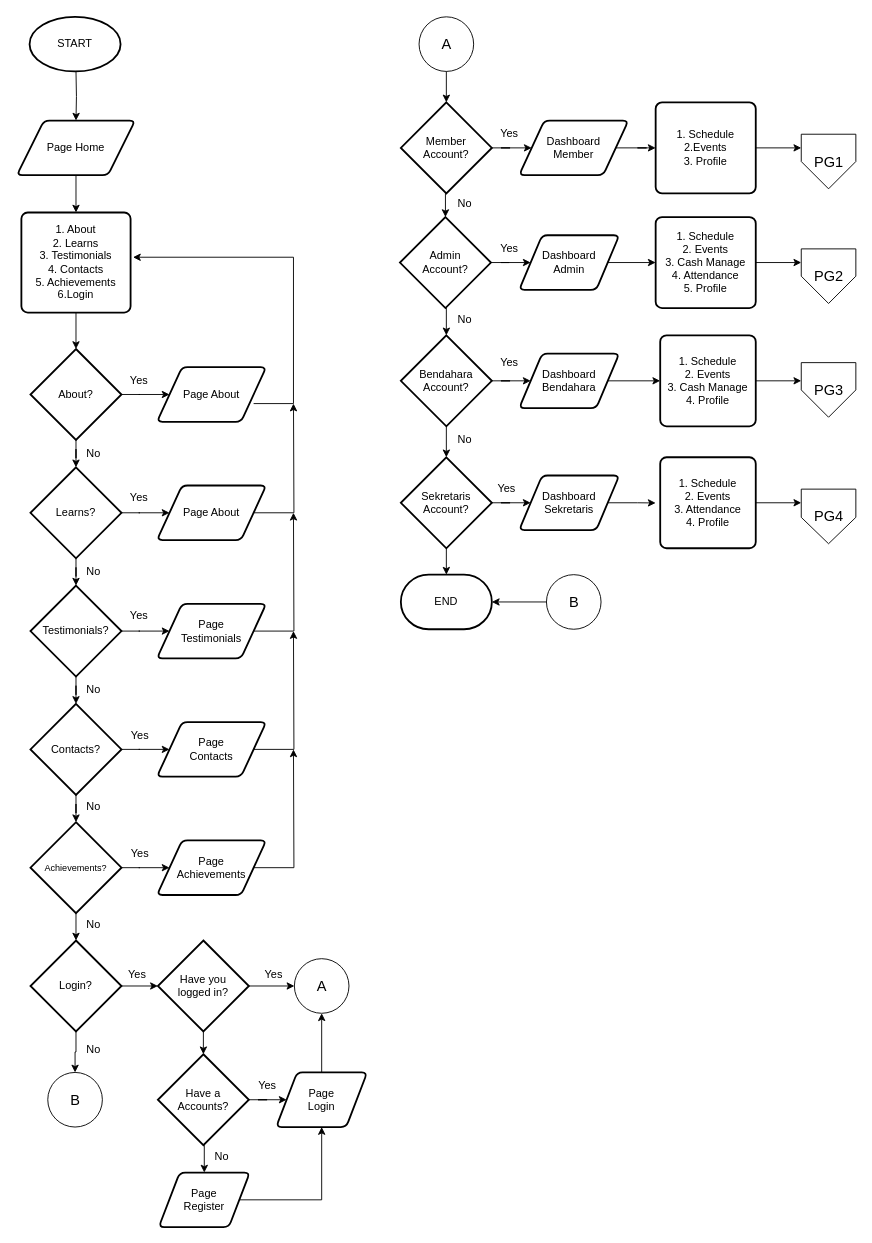
Above: Syntax-Web.drawio in dapzz-id/DrawIO (draw.io), before the change. Source tidied: cells renumbered, new cells numbered last; positions are measured from the earlier drawing's top-left corner, leaving out a move shared by most shapes. Both pictures are drawn from the tidied source at 91%, with x=0, y=0 at pixel (16, 16).
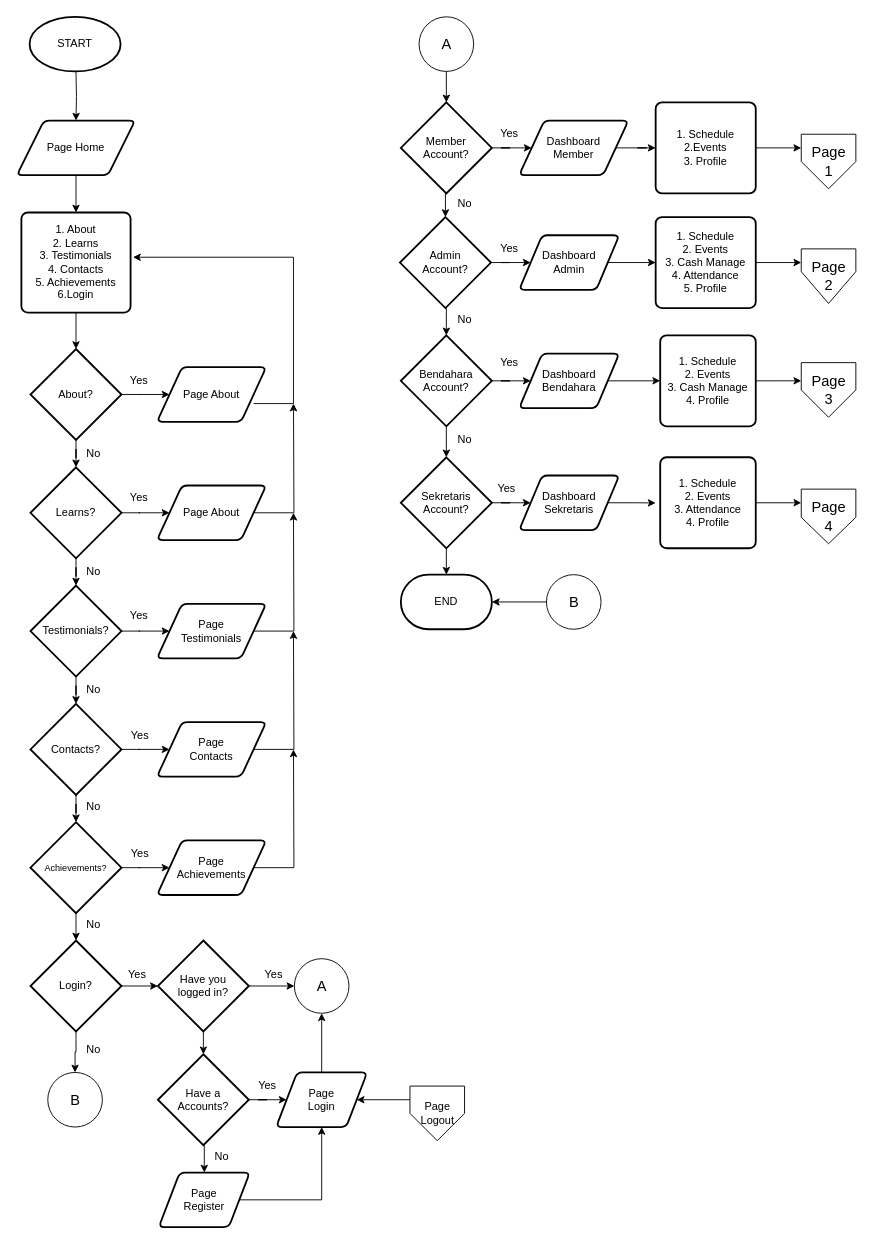
The same page after the edit.

The change refers to these unchanged cells:
```xml
<mxCell id="47" value="Page&lt;div&gt;Login&lt;/div&gt;" style="shape=parallelogram;html=1;strokeWidth=2;perimeter=parallelogramPerimeter;whiteSpace=wrap;rounded=1;arcSize=12;size=0.23;labelBorderColor=none;" parent="1" vertex="1">
  <mxGeometry x="285" y="1160" width="100" height="60" as="geometry" />
</mxCell>
```

Diff of the diagram source:
```diff
@@
-    <mxCell id="102" value="&lt;font style=&quot;font-size: 16px;&quot;&gt;PG1&lt;/font&gt;" style="verticalLabelPosition=middle;verticalAlign=middle;html=1;shape=offPageConnector;rounded=0;size=0.5;labelPosition=center;align=center;fontSize=13;labelBorderColor=none;" parent="1" vertex="1">
+    <mxCell id="102" value="&lt;font style=&quot;font-size: 16px;&quot;&gt;Page&lt;/font&gt;&lt;div&gt;&lt;font style=&quot;font-size: 16px;&quot;&gt;1&lt;/font&gt;&lt;/div&gt;" style="verticalLabelPosition=middle;verticalAlign=middle;html=1;shape=offPageConnector;rounded=0;size=0.5;labelPosition=center;align=center;fontSize=13;labelBorderColor=none;" parent="1" vertex="1">
       <mxGeometry x="862" y="129" width="60" height="60" as="geometry" />
     </mxCell>
-    <mxCell id="103" value="&lt;font style=&quot;font-size: 16px;&quot;&gt;PG2&lt;/font&gt;" style="verticalLabelPosition=middle;verticalAlign=middle;html=1;shape=offPageConnector;rounded=0;size=0.5;labelPosition=center;align=center;fontSize=13;labelBorderColor=none;" parent="1" vertex="1">
+    <mxCell id="103" value="&lt;font style=&quot;font-size: 16px;&quot;&gt;Page&lt;/font&gt;&lt;div&gt;&lt;font style=&quot;font-size: 16px;&quot;&gt;2&lt;/font&gt;&lt;/div&gt;" style="verticalLabelPosition=middle;verticalAlign=middle;html=1;shape=offPageConnector;rounded=0;size=0.5833333333333334;labelPosition=center;align=center;fontSize=13;labelBorderColor=none;" parent="1" vertex="1">
       <mxGeometry x="862" y="255" width="60" height="60" as="geometry" />
     </mxCell>
-    <mxCell id="104" value="&lt;font style=&quot;font-size: 16px;&quot;&gt;PG3&lt;/font&gt;" style="verticalLabelPosition=middle;verticalAlign=middle;html=1;shape=offPageConnector;rounded=0;size=0.5000000000000019;labelPosition=center;align=center;fontSize=13;labelBorderColor=none;" parent="1" vertex="1">
+    <mxCell id="104" value="&lt;font style=&quot;font-size: 16px;&quot;&gt;Page&lt;/font&gt;&lt;div&gt;&lt;font style=&quot;font-size: 16px;&quot;&gt;3&lt;/font&gt;&lt;/div&gt;" style="verticalLabelPosition=middle;verticalAlign=middle;html=1;shape=offPageConnector;rounded=0;size=0.5000000000000019;labelPosition=center;align=center;fontSize=13;labelBorderColor=none;" parent="1" vertex="1">
       <mxGeometry x="862" y="380" width="60" height="60" as="geometry" />
     </mxCell>
-    <mxCell id="105" value="&lt;font style=&quot;font-size: 16px;&quot;&gt;PG4&lt;/font&gt;" style="verticalLabelPosition=middle;verticalAlign=middle;html=1;shape=offPageConnector;rounded=0;size=0.48333333333333334;labelPosition=center;align=center;fontSize=13;labelBorderColor=none;" parent="1" vertex="1">
+    <mxCell id="105" value="&lt;font style=&quot;font-size: 16px;&quot;&gt;Page&lt;/font&gt;&lt;div&gt;&lt;font style=&quot;font-size: 16px;&quot;&gt;4&lt;/font&gt;&lt;/div&gt;" style="verticalLabelPosition=middle;verticalAlign=middle;html=1;shape=offPageConnector;rounded=0;size=0.48333333333333334;labelPosition=center;align=center;fontSize=13;labelBorderColor=none;" parent="1" vertex="1">
       <mxGeometry x="862" y="519" width="60" height="60" as="geometry" />
     </mxCell>
@@
+    <mxCell id="107" style="edgeStyle=orthogonalEdgeStyle;rounded=0;jettySize=auto;html=1;exitX=0;exitY=0.25;exitDx=0;exitDy=0;entryX=1;entryY=0.5;entryDx=0;entryDy=0;" parent="1" edge="1" source="108" target="47">
+      <mxGeometry relative="1" as="geometry" />
+    </mxCell>
+    <mxCell id="108" value="Page&lt;div&gt;Logout&lt;/div&gt;" style="verticalLabelPosition=middle;verticalAlign=middle;html=1;shape=offPageConnector;rounded=0;size=0.5;labelPosition=center;align=center;" parent="1" vertex="1">
+      <mxGeometry x="432" y="1175" width="60" height="60" as="geometry" />
+    </mxCell>
```
